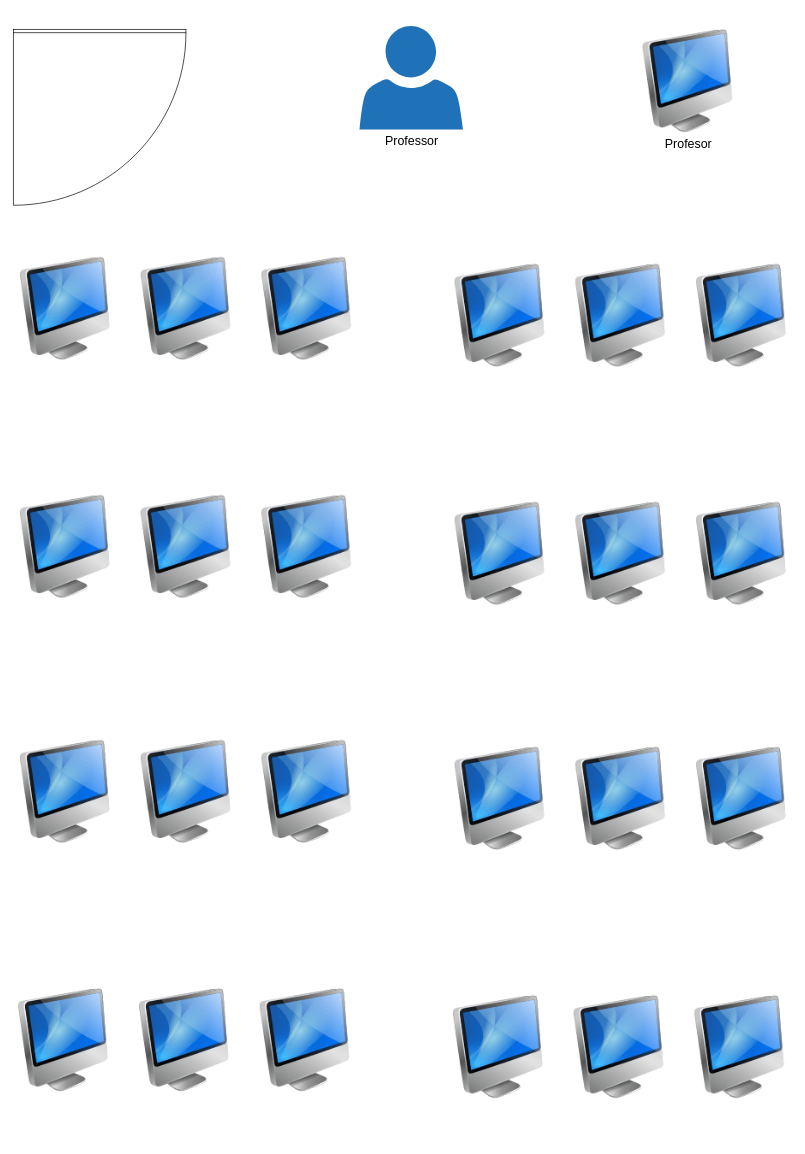
Earlier version of the draw.io diagram SalaDeAula.drawio (FcoCarlosBarbosaMartins/ModelagemDeSistemas_Daniel). Source tidied: cells renumbered, new cells numbered last; positions are measured from the earlier drawing's top-left corner, leaving out a move shared by most shapes. Both pictures are drawn from the tidied source at 69%, with x=0, y=0 at pixel (12, 26).
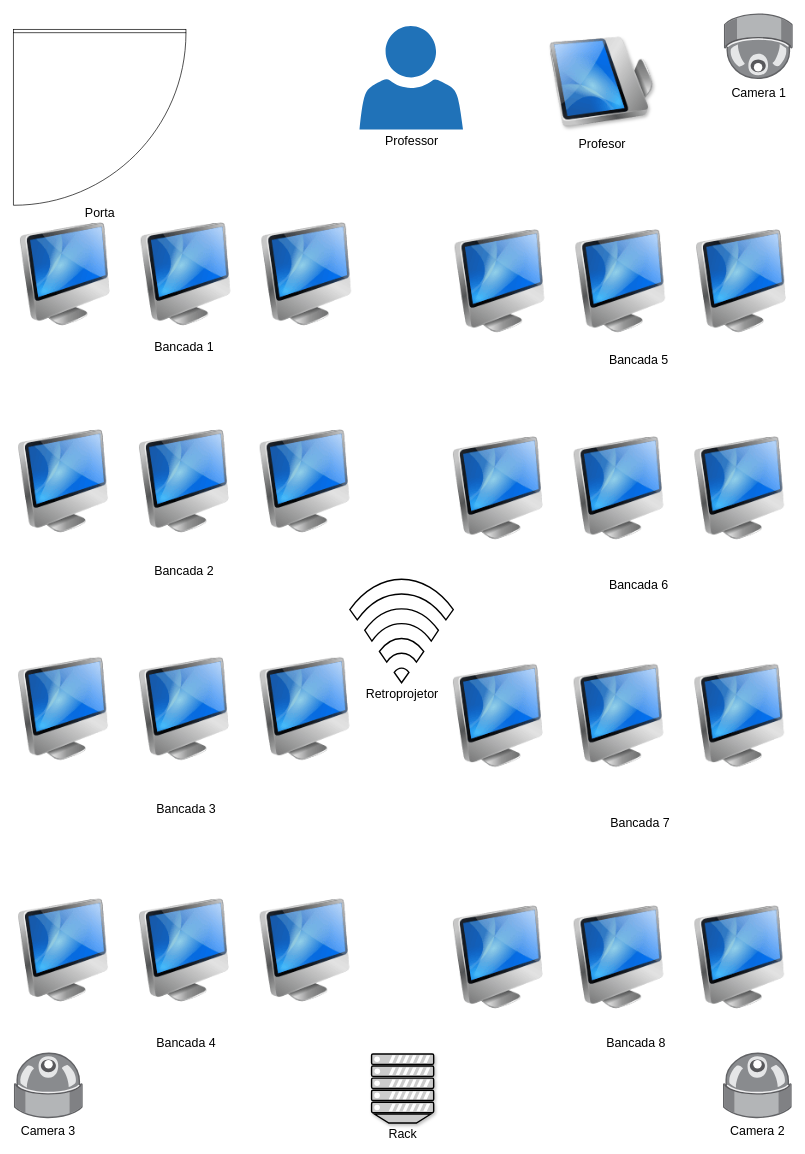
After the change.

The edit, as a diff of the source:
```diff
@@
-    <mxCell id="2" style="verticalLabelPosition=bottom;html=1;verticalAlign=top;align=center;shape=mxgraph.floorplan.doorLeft;" parent="1" vertex="1">
+    <mxCell id="2" value="Porta" style="verticalLabelPosition=bottom;html=1;verticalAlign=top;align=center;shape=mxgraph.floorplan.doorLeft;fontSize=18;" parent="1" vertex="1">
       <mxGeometry x="2" y="5" width="250" height="250" as="geometry" />
     </mxCell>
     <mxCell id="3" style="image;html=1;labelBackgroundColor=#ffffff;image=img/lib/clip_art/computers/iMac_128x128.png;" parent="1" vertex="1">
-      <mxGeometry x="2" y="335" width="150" height="150" as="geometry" />
+      <mxGeometry x="2" y="285" width="150" height="150" as="geometry" />
     </mxCell>
     <mxCell id="4" style="image;html=1;labelBackgroundColor=#ffffff;image=img/lib/clip_art/computers/iMac_128x128.png;" parent="1" vertex="1">
-      <mxGeometry x="177" y="335" width="150" height="150" as="geometry" />
+      <mxGeometry x="177" y="285" width="150" height="150" as="geometry" />
     </mxCell>
     <mxCell id="5" style="image;html=1;labelBackgroundColor=#ffffff;image=img/lib/clip_art/computers/iMac_128x128.png;" parent="1" vertex="1">
-      <mxGeometry x="352" y="335" width="150" height="150" as="geometry" />
+      <mxGeometry x="352" y="285" width="150" height="150" as="geometry" />
     </mxCell>
     <mxCell id="6" style="image;html=1;labelBackgroundColor=#ffffff;image=img/lib/clip_art/computers/iMac_128x128.png;" parent="1" vertex="1">
-      <mxGeometry x="632" y="345" width="150" height="150" as="geometry" />
+      <mxGeometry x="632" y="295" width="150" height="150" as="geometry" />
     </mxCell>
     <mxCell id="7" style="image;html=1;labelBackgroundColor=#ffffff;image=img/lib/clip_art/computers/iMac_128x128.png;" parent="1" vertex="1">
-      <mxGeometry x="807" y="345" width="150" height="150" as="geometry" />
+      <mxGeometry x="807" y="295" width="150" height="150" as="geometry" />
     </mxCell>
     <mxCell id="8" style="image;html=1;labelBackgroundColor=#ffffff;image=img/lib/clip_art/computers/iMac_128x128.png;" parent="1" vertex="1">
-      <mxGeometry x="982" y="345" width="150" height="150" as="geometry" />
+      <mxGeometry x="982" y="295" width="150" height="150" as="geometry" />
     </mxCell>
     <mxCell id="9" style="image;html=1;labelBackgroundColor=#ffffff;image=img/lib/clip_art/computers/iMac_128x128.png;" parent="1" vertex="1">
-      <mxGeometry x="2" y="680" width="150" height="150" as="geometry" />
+      <mxGeometry x="-0.5" y="585" width="150" height="150" as="geometry" />
     </mxCell>
     <mxCell id="10" style="image;html=1;labelBackgroundColor=#ffffff;image=img/lib/clip_art/computers/iMac_128x128.png;" parent="1" vertex="1">
-      <mxGeometry x="177" y="680" width="150" height="150" as="geometry" />
+      <mxGeometry x="174.5" y="585" width="150" height="150" as="geometry" />
     </mxCell>
     <mxCell id="11" style="image;html=1;labelBackgroundColor=#ffffff;image=img/lib/clip_art/computers/iMac_128x128.png;" parent="1" vertex="1">
-      <mxGeometry x="352" y="680" width="150" height="150" as="geometry" />
+      <mxGeometry x="349.5" y="585" width="150" height="150" as="geometry" />
     </mxCell>
     <mxCell id="12" style="image;html=1;labelBackgroundColor=#ffffff;image=img/lib/clip_art/computers/iMac_128x128.png;" parent="1" vertex="1">
-      <mxGeometry x="632" y="690" width="150" height="150" as="geometry" />
+      <mxGeometry x="629.5" y="595" width="150" height="150" as="geometry" />
     </mxCell>
     <mxCell id="13" style="image;html=1;labelBackgroundColor=#ffffff;image=img/lib/clip_art/computers/iMac_128x128.png;" parent="1" vertex="1">
-      <mxGeometry x="807" y="690" width="150" height="150" as="geometry" />
+      <mxGeometry x="804.5" y="595" width="150" height="150" as="geometry" />
     </mxCell>
     <mxCell id="14" style="image;html=1;labelBackgroundColor=#ffffff;image=img/lib/clip_art/computers/iMac_128x128.png;" parent="1" vertex="1">
-      <mxGeometry x="982" y="690" width="150" height="150" as="geometry" />
+      <mxGeometry x="979.5" y="595" width="150" height="150" as="geometry" />
     </mxCell>
     <mxCell id="15" style="image;html=1;labelBackgroundColor=#ffffff;image=img/lib/clip_art/computers/iMac_128x128.png;" parent="1" vertex="1">
-      <mxGeometry x="2" y="1035" width="150" height="150" as="geometry" />
+      <mxGeometry x="-0.5" y="915" width="150" height="150" as="geometry" />
     </mxCell>
     <mxCell id="16" style="image;html=1;labelBackgroundColor=#ffffff;image=img/lib/clip_art/computers/iMac_128x128.png;" parent="1" vertex="1">
-      <mxGeometry x="177" y="1035" width="150" height="150" as="geometry" />
+      <mxGeometry x="174.5" y="915" width="150" height="150" as="geometry" />
     </mxCell>
     <mxCell id="17" style="image;html=1;labelBackgroundColor=#ffffff;image=img/lib/clip_art/computers/iMac_128x128.png;" parent="1" vertex="1">
-      <mxGeometry x="352" y="1035" width="150" height="150" as="geometry" />
+      <mxGeometry x="349.5" y="915" width="150" height="150" as="geometry" />
     </mxCell>
     <mxCell id="18" style="image;html=1;labelBackgroundColor=#ffffff;image=img/lib/clip_art/computers/iMac_128x128.png;" parent="1" vertex="1">
-      <mxGeometry x="632" y="1045" width="150" height="150" as="geometry" />
+      <mxGeometry x="629.5" y="925" width="150" height="150" as="geometry" />
     </mxCell>
     <mxCell id="19" style="image;html=1;labelBackgroundColor=#ffffff;image=img/lib/clip_art/computers/iMac_128x128.png;" parent="1" vertex="1">
-      <mxGeometry x="807" y="1045" width="150" height="150" as="geometry" />
+      <mxGeometry x="804.5" y="925" width="150" height="150" as="geometry" />
     </mxCell>
     <mxCell id="20" style="image;html=1;labelBackgroundColor=#ffffff;image=img/lib/clip_art/computers/iMac_128x128.png;" parent="1" vertex="1">
-      <mxGeometry x="982" y="1045" width="150" height="150" as="geometry" />
+      <mxGeometry x="979.5" y="925" width="150" height="150" as="geometry" />
     </mxCell>
     <mxCell id="21" style="image;html=1;labelBackgroundColor=#ffffff;image=img/lib/clip_art/computers/iMac_128x128.png;" parent="1" vertex="1">
-      <mxGeometry x="-0.5" y="1395" width="150" height="150" as="geometry" />
+      <mxGeometry x="-0.5" y="1265" width="150" height="150" as="geometry" />
     </mxCell>
     <mxCell id="22" style="image;html=1;labelBackgroundColor=#ffffff;image=img/lib/clip_art/computers/iMac_128x128.png;" parent="1" vertex="1">
-      <mxGeometry x="174.5" y="1395" width="150" height="150" as="geometry" />
+      <mxGeometry x="174.5" y="1265" width="150" height="150" as="geometry" />
     </mxCell>
     <mxCell id="23" style="image;html=1;labelBackgroundColor=#ffffff;image=img/lib/clip_art/computers/iMac_128x128.png;" parent="1" vertex="1">
-      <mxGeometry x="349.5" y="1395" width="150" height="150" as="geometry" />
+      <mxGeometry x="349.5" y="1265" width="150" height="150" as="geometry" />
     </mxCell>
     <mxCell id="24" style="image;html=1;labelBackgroundColor=#ffffff;image=img/lib/clip_art/computers/iMac_128x128.png;" parent="1" vertex="1">
-      <mxGeometry x="629.5" y="1405" width="150" height="150" as="geometry" />
+      <mxGeometry x="629.5" y="1275" width="150" height="150" as="geometry" />
     </mxCell>
     <mxCell id="25" style="image;html=1;labelBackgroundColor=#ffffff;image=img/lib/clip_art/computers/iMac_128x128.png;" parent="1" vertex="1">
-      <mxGeometry x="804.5" y="1405" width="150" height="150" as="geometry" />
+      <mxGeometry x="804.5" y="1275" width="150" height="150" as="geometry" />
     </mxCell>
     <mxCell id="26" style="image;html=1;labelBackgroundColor=#ffffff;image=img/lib/clip_art/computers/iMac_128x128.png;" parent="1" vertex="1">
-      <mxGeometry x="979.5" y="1405" width="150" height="150" as="geometry" />
+      <mxGeometry x="979.5" y="1275" width="150" height="150" as="geometry" />
     </mxCell>
-    <mxCell id="27" value="Profesor" style="image;html=1;labelBackgroundColor=#ffffff;image=img/lib/clip_art/computers/iMac_128x128.png;fontSize=18;" parent="1" vertex="1">
-      <mxGeometry x="904.5" y="5" width="150" height="150" as="geometry" />
+    <mxCell id="27" value="Profesor" style="image;html=1;labelBackgroundColor=#ffffff;image=img/lib/clip_art/computers/iMac_128x128.png;fontSize=18;direction=north;shadow=1;" parent="1" vertex="1">
+      <mxGeometry x="779.5" y="5" width="150" height="150" as="geometry" />
     </mxCell>
@@
+    <mxCell id="29" value="Bancada 1" style="text;html=1;strokeColor=none;fillColor=none;align=center;verticalAlign=middle;whiteSpace=wrap;rounded=0;fontSize=18;" parent="1" vertex="1">
+      <mxGeometry x="203" y="455" width="93" height="20" as="geometry" />
+    </mxCell>
+    <mxCell id="30" value="Bancada 2" style="text;html=1;strokeColor=none;fillColor=none;align=center;verticalAlign=middle;whiteSpace=wrap;rounded=0;fontSize=18;" parent="1" vertex="1">
+      <mxGeometry x="203" y="780" width="93" height="20" as="geometry" />
+    </mxCell>
+    <mxCell id="31" value="Bancada 3" style="text;html=1;strokeColor=none;fillColor=none;align=center;verticalAlign=middle;whiteSpace=wrap;rounded=0;fontSize=18;" parent="1" vertex="1">
+      <mxGeometry x="205.5" y="1125" width="93" height="20" as="geometry" />
+    </mxCell>
+    <mxCell id="32" value="Bancada 4" style="text;html=1;strokeColor=none;fillColor=none;align=center;verticalAlign=middle;whiteSpace=wrap;rounded=0;fontSize=18;" parent="1" vertex="1">
+      <mxGeometry x="205.5" y="1465" width="93" height="20" as="geometry" />
+    </mxCell>
+    <mxCell id="33" value="Bancada 5" style="text;html=1;strokeColor=none;fillColor=none;align=center;verticalAlign=middle;whiteSpace=wrap;rounded=0;fontSize=18;" parent="1" vertex="1">
+      <mxGeometry x="861.5" y="475" width="93" height="20" as="geometry" />
+    </mxCell>
+    <mxCell id="34" value="Bancada 6" style="text;html=1;strokeColor=none;fillColor=none;align=center;verticalAlign=middle;whiteSpace=wrap;rounded=0;fontSize=18;" parent="1" vertex="1">
+      <mxGeometry x="861.5" y="800" width="93" height="20" as="geometry" />
+    </mxCell>
+    <mxCell id="35" value="Bancada 7" style="text;html=1;strokeColor=none;fillColor=none;align=center;verticalAlign=middle;whiteSpace=wrap;rounded=0;fontSize=18;" parent="1" vertex="1">
+      <mxGeometry x="864" y="1145" width="93" height="20" as="geometry" />
+    </mxCell>
+    <mxCell id="36" value="Bancada 8" style="text;html=1;strokeColor=none;fillColor=none;align=center;verticalAlign=middle;whiteSpace=wrap;rounded=0;fontSize=18;" parent="1" vertex="1">
+      <mxGeometry x="858" y="1465" width="93" height="20" as="geometry" />
+    </mxCell>
+    <mxCell id="37" value="Camera 3" style="html=1;align=center;shadow=0;dashed=0;image;image=img/lib/allied_telesis/security/Surveillance_Camera_Ceiling.svg;fontSize=18;direction=west;" parent="1" vertex="1">
+      <mxGeometry x="2" y="1485" width="100" height="100" as="geometry" />
+    </mxCell>
+    <mxCell id="38" value="Camera 2" style="html=1;align=center;shadow=0;dashed=0;image;image=img/lib/allied_telesis/security/Surveillance_Camera_Ceiling.svg;fontSize=18;direction=west;" parent="1" vertex="1">
+      <mxGeometry x="1029.5" y="1485" width="100" height="100" as="geometry" />
+    </mxCell>
+    <mxCell id="39" value="Camera 1" style="html=1;align=center;shadow=0;dashed=0;image;image=img/lib/allied_telesis/security/Surveillance_Camera_Ceiling.svg;fontSize=18;direction=east;" parent="1" vertex="1">
+      <mxGeometry x="1032" y="-20" width="100" height="100" as="geometry" />
+    </mxCell>
+    <mxCell id="40" value="Rack" style="fontColor=#000000;verticalAlign=top;verticalLabelPosition=bottom;labelPosition=center;align=center;html=1;fillColor=#CCCCCC;strokeColor=#000000;gradientColor=none;gradientDirection=north;strokeWidth=2;shape=mxgraph.networks.server;shadow=1;fontSize=18;direction=west;" parent="1" vertex="1">
+      <mxGeometry x="521" y="1490" width="90" height="100" as="geometry" />
+    </mxCell>
+    <mxCell id="41" value="Retroprojetor" style="html=1;verticalLabelPosition=bottom;align=center;labelBackgroundColor=#ffffff;verticalAlign=top;strokeWidth=2;strokeColor=#000000;fillColor=#ffffff;shadow=0;dashed=0;shape=mxgraph.ios7.icons.wifi;fontSize=18;fontColor=#000000;" parent="1" vertex="1">
+      <mxGeometry x="489.5" y="802" width="150" height="150" as="geometry" />
+    </mxCell>
```
